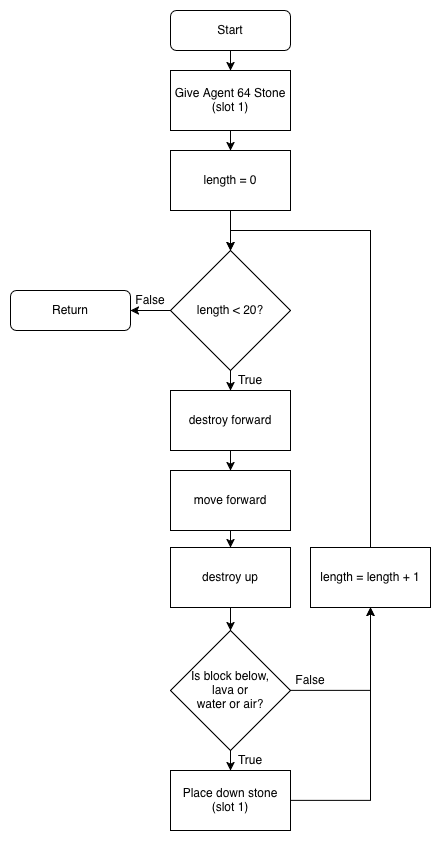
CausewayDigital/Minecraft-EE-MakeCode keeps this draw.io diagram as tutorials/python-islands/island-7/autominer/images/Flowchart.png. Above is the earlier version. Source tidied: cells renumbered, new cells last; positions are measured from the earlier drawing's top-left corner, leaving out a move shared by most shapes. The source it was exported from:
```xml
<mxGraphModel>
  <root>
    <mxCell id="0" />
    <mxCell id="1" parent="0" />
    <mxCell id="2" style="edgeStyle=orthogonalEdgeStyle;rounded=0;jettySize=auto;html=1;entryX=0.5;entryY=0;entryDx=0;entryDy=0;" parent="1" edge="1" source="3" target="5">
      <mxGeometry relative="1" as="geometry" />
    </mxCell>
    <mxCell id="3" value="Start" style="rounded=1;whiteSpace=wrap;html=1;" parent="1" vertex="1">
      <mxGeometry x="160" width="120" height="40" as="geometry" />
    </mxCell>
    <mxCell id="4" style="edgeStyle=orthogonalEdgeStyle;rounded=0;jettySize=auto;html=1;" parent="1" edge="1" source="5" target="7">
      <mxGeometry relative="1" as="geometry" />
    </mxCell>
    <mxCell id="5" value="&lt;div&gt;Give Agent 64 Stone&lt;/div&gt;(slot 1)" style="rounded=0;whiteSpace=wrap;html=1;" parent="1" vertex="1">
      <mxGeometry x="160" y="60" width="120" height="60" as="geometry" />
    </mxCell>
    <mxCell id="6" style="edgeStyle=orthogonalEdgeStyle;rounded=0;jettySize=auto;html=1;exitX=0.5;exitY=1;exitDx=0;exitDy=0;" parent="1" edge="1" source="7" target="10">
      <mxGeometry relative="1" as="geometry" />
    </mxCell>
    <mxCell id="7" value="length = 0" style="rounded=0;whiteSpace=wrap;html=1;" parent="1" vertex="1">
      <mxGeometry x="160" y="140" width="120" height="60" as="geometry" />
    </mxCell>
    <mxCell id="8" style="edgeStyle=orthogonalEdgeStyle;rounded=0;jettySize=auto;html=1;" parent="1" edge="1" source="10" target="12">
      <mxGeometry relative="1" as="geometry" />
    </mxCell>
    <mxCell id="9" style="edgeStyle=orthogonalEdgeStyle;rounded=0;jettySize=auto;html=1;entryX=1;entryY=0.5;entryDx=0;entryDy=0;" parent="1" edge="1" source="10" target="22">
      <mxGeometry relative="1" as="geometry" />
    </mxCell>
    <mxCell id="10" value="length &amp;lt; 20?" style="rhombus;whiteSpace=wrap;html=1;" parent="1" vertex="1">
      <mxGeometry x="160" y="240" width="120" height="120" as="geometry" />
    </mxCell>
    <mxCell id="11" style="edgeStyle=orthogonalEdgeStyle;rounded=0;jettySize=auto;html=1;" parent="1" edge="1" source="12" target="14">
      <mxGeometry relative="1" as="geometry" />
    </mxCell>
    <mxCell id="12" value="destroy forward" style="rounded=0;whiteSpace=wrap;html=1;" parent="1" vertex="1">
      <mxGeometry x="160" y="380" width="120" height="60" as="geometry" />
    </mxCell>
    <mxCell id="13" style="edgeStyle=orthogonalEdgeStyle;rounded=0;jettySize=auto;html=1;" parent="1" edge="1" target="16">
      <mxGeometry relative="1" as="geometry">
        <mxPoint x="220" y="480" as="sourcePoint" />
      </mxGeometry>
    </mxCell>
    <mxCell id="14" value="move forward" style="rounded=0;whiteSpace=wrap;html=1;" parent="1" vertex="1">
      <mxGeometry x="160" y="460" width="120" height="60" as="geometry" />
    </mxCell>
    <mxCell id="15" style="edgeStyle=orthogonalEdgeStyle;rounded=0;jettySize=auto;html=1;" parent="1" edge="1" source="16" target="19">
      <mxGeometry relative="1" as="geometry" />
    </mxCell>
    <mxCell id="16" value="destroy up" style="rounded=0;whiteSpace=wrap;html=1;" parent="1" vertex="1">
      <mxGeometry x="160" y="537" width="120" height="60" as="geometry" />
    </mxCell>
    <mxCell id="17" style="edgeStyle=orthogonalEdgeStyle;rounded=0;jettySize=auto;html=1;" parent="1" edge="1" source="19" target="21">
      <mxGeometry relative="1" as="geometry" />
    </mxCell>
    <mxCell id="18" style="edgeStyle=orthogonalEdgeStyle;rounded=0;jettySize=auto;html=1;exitX=1;exitY=0.5;exitDx=0;exitDy=0;entryX=0.5;entryY=1;entryDx=0;entryDy=0;" parent="1" edge="1" source="19" target="28">
      <mxGeometry relative="1" as="geometry" />
    </mxCell>
    <mxCell id="19" value="Is block below, &lt;br&gt;lava or &lt;br&gt;water or air?" style="rhombus;whiteSpace=wrap;html=1;" parent="1" vertex="1">
      <mxGeometry x="160" y="620" width="120" height="120" as="geometry" />
    </mxCell>
    <mxCell id="20" style="edgeStyle=orthogonalEdgeStyle;rounded=0;jettySize=auto;html=1;" parent="1" edge="1" source="21" target="28">
      <mxGeometry relative="1" as="geometry" />
    </mxCell>
    <mxCell id="21" value="&lt;div&gt;Place down stone&lt;/div&gt;(slot 1)" style="rounded=0;whiteSpace=wrap;html=1;" parent="1" vertex="1">
      <mxGeometry x="160" y="760" width="120" height="60" as="geometry" />
    </mxCell>
    <mxCell id="22" value="Return" style="rounded=1;whiteSpace=wrap;html=1;" parent="1" vertex="1">
      <mxGeometry y="280" width="120" height="40" as="geometry" />
    </mxCell>
    <mxCell id="23" value="True&lt;span style=&quot;color: rgba(0 , 0 , 0 , 0) ; font-family: monospace ; font-size: 0px&quot;&gt;%3CmxGraphModel%3E%3Croot%3E%3CmxCell%20id%3D%220%22%2F%3E%3CmxCell%20id%3D%221%22%20parent%3D%220%22%2F%3E%3CmxCell%20id%3D%222%22%20value%3D%22destroy%20forward%22%20style%3D%22rounded%3D0%3BwhiteSpace%3Dwrap%3Bhtml%3D1%3B%22%20vertex%3D%221%22%20parent%3D%221%22%3E%3CmxGeometry%20x%3D%22240%22%20y%3D%22560%22%20width%3D%22120%22%20height%3D%2260%22%20as%3D%22geometry%22%2F%3E%3C%2FmxCell%3E%3C%2Froot%3E%3C%2FmxGraphModel%3E&lt;/span&gt;" style="text;html=1;strokeColor=none;fillColor=none;align=center;verticalAlign=middle;whiteSpace=wrap;rounded=0;" parent="1" vertex="1">
      <mxGeometry x="220" y="360" width="40" height="20" as="geometry" />
    </mxCell>
    <mxCell id="24" value="True&lt;span style=&quot;color: rgba(0 , 0 , 0 , 0) ; font-family: monospace ; font-size: 0px&quot;&gt;%3CmxGraphModel%3E%3Croot%3E%3CmxCell%20id%3D%220%22%2F%3E%3CmxCell%20id%3D%221%22%20parent%3D%220%22%2F%3E%3CmxCell%20id%3D%222%22%20value%3D%22destroy%20forward%22%20style%3D%22rounded%3D0%3BwhiteSpace%3Dwrap%3Bhtml%3D1%3B%22%20vertex%3D%221%22%20parent%3D%221%22%3E%3CmxGeometry%20x%3D%22240%22%20y%3D%22560%22%20width%3D%22120%22%20height%3D%2260%22%20as%3D%22geometry%22%2F%3E%3C%2FmxCell%3E%3C%2Froot%3E%3C%2FmxGraphModel%3E&lt;/span&gt;" style="text;html=1;strokeColor=none;fillColor=none;align=center;verticalAlign=middle;whiteSpace=wrap;rounded=0;" parent="1" vertex="1">
      <mxGeometry x="220" y="740" width="40" height="20" as="geometry" />
    </mxCell>
    <mxCell id="25" value="False" style="text;html=1;strokeColor=none;fillColor=none;align=center;verticalAlign=middle;whiteSpace=wrap;rounded=0;" parent="1" vertex="1">
      <mxGeometry x="120" y="280" width="40" height="20" as="geometry" />
    </mxCell>
    <mxCell id="26" value="False" style="text;html=1;strokeColor=none;fillColor=none;align=center;verticalAlign=middle;whiteSpace=wrap;rounded=0;" parent="1" vertex="1">
      <mxGeometry x="280" y="660" width="40" height="20" as="geometry" />
    </mxCell>
    <mxCell id="27" style="edgeStyle=orthogonalEdgeStyle;rounded=0;jettySize=auto;html=1;exitX=0.5;exitY=0;exitDx=0;exitDy=0;entryX=0.5;entryY=0;entryDx=0;entryDy=0;" parent="1" edge="1" source="28" target="10">
      <mxGeometry relative="1" as="geometry">
        <Array as="points">
          <mxPoint x="360" y="220" />
          <mxPoint x="220" y="220" />
        </Array>
      </mxGeometry>
    </mxCell>
    <mxCell id="28" value="length = length + 1" style="rounded=0;whiteSpace=wrap;html=1;" parent="1" vertex="1">
      <mxGeometry x="300" y="537" width="120" height="60" as="geometry" />
    </mxCell>
  </root>
</mxGraphModel>
```
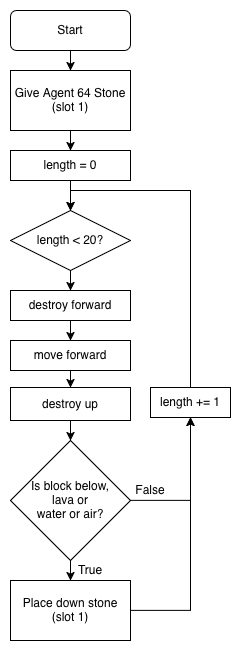
Later version of the same file.

What changed in the source:
```diff
@@ -18,77 +18,65 @@
       <mxGeometry relative="1" as="geometry" />
     </mxCell>
     <mxCell id="7" value="length = 0" style="rounded=0;whiteSpace=wrap;html=1;" parent="1" vertex="1">
-      <mxGeometry x="160" y="140" width="120" height="60" as="geometry" />
+      <mxGeometry x="160" y="140" width="120" height="30" as="geometry" />
     </mxCell>
-    <mxCell id="8" style="edgeStyle=orthogonalEdgeStyle;rounded=0;jettySize=auto;html=1;" parent="1" edge="1" source="10" target="12">
+    <mxCell id="8" style="edgeStyle=orthogonalEdgeStyle;rounded=0;jettySize=auto;html=1;entryX=0.5;entryY=0;entryDx=0;entryDy=0;" parent="1" edge="1" source="10" target="12">
       <mxGeometry relative="1" as="geometry" />
     </mxCell>
-    <mxCell id="9" style="edgeStyle=orthogonalEdgeStyle;rounded=0;jettySize=auto;html=1;entryX=1;entryY=0.5;entryDx=0;entryDy=0;" parent="1" edge="1" source="10" target="22">
-      <mxGeometry relative="1" as="geometry" />
-    </mxCell>
     <mxCell id="10" value="length &amp;lt; 20?" style="rhombus;whiteSpace=wrap;html=1;" parent="1" vertex="1">
-      <mxGeometry x="160" y="240" width="120" height="120" as="geometry" />
+      <mxGeometry x="160" y="200" width="120" height="60" as="geometry" />
     </mxCell>
     <mxCell id="11" style="edgeStyle=orthogonalEdgeStyle;rounded=0;jettySize=auto;html=1;" parent="1" edge="1" source="12" target="14">
       <mxGeometry relative="1" as="geometry" />
     </mxCell>
     <mxCell id="12" value="destroy forward" style="rounded=0;whiteSpace=wrap;html=1;" parent="1" vertex="1">
-      <mxGeometry x="160" y="380" width="120" height="60" as="geometry" />
+      <mxGeometry x="160" y="280" width="120" height="30" as="geometry" />
     </mxCell>
-    <mxCell id="13" style="edgeStyle=orthogonalEdgeStyle;rounded=0;jettySize=auto;html=1;" parent="1" edge="1" target="16">
-      <mxGeometry relative="1" as="geometry">
-        <mxPoint x="220" y="480" as="sourcePoint" />
-      </mxGeometry>
-    </mxCell>
+    <mxCell id="29" style="edgeStyle=orthogonalEdgeStyle;rounded=0;jettySize=auto;html=1;entryX=0.5;entryY=0;entryDx=0;entryDy=0;" parent="1" edge="1" source="14" target="16">
+      <mxGeometry relative="1" as="geometry" />
+    </mxCell>
     <mxCell id="14" value="move forward" style="rounded=0;whiteSpace=wrap;html=1;" parent="1" vertex="1">
-      <mxGeometry x="160" y="460" width="120" height="60" as="geometry" />
+      <mxGeometry x="160" y="330" width="120" height="30" as="geometry" />
     </mxCell>
     <mxCell id="15" style="edgeStyle=orthogonalEdgeStyle;rounded=0;jettySize=auto;html=1;" parent="1" edge="1" source="16" target="19">
       <mxGeometry relative="1" as="geometry" />
     </mxCell>
     <mxCell id="16" value="destroy up" style="rounded=0;whiteSpace=wrap;html=1;" parent="1" vertex="1">
-      <mxGeometry x="160" y="537" width="120" height="60" as="geometry" />
+      <mxGeometry x="160" y="377" width="120" height="33" as="geometry" />
     </mxCell>
-    <mxCell id="17" style="edgeStyle=orthogonalEdgeStyle;rounded=0;jettySize=auto;html=1;" parent="1" edge="1" source="19" target="21">
-      <mxGeometry relative="1" as="geometry" />
+    <mxCell id="17" style="edgeStyle=orthogonalEdgeStyle;rounded=0;jettySize=auto;html=1;" parent="1" edge="1" source="19">
+      <mxGeometry relative="1" as="geometry">
+        <mxPoint x="220" y="570" as="targetPoint" />
+      </mxGeometry>
     </mxCell>
     <mxCell id="18" style="edgeStyle=orthogonalEdgeStyle;rounded=0;jettySize=auto;html=1;exitX=1;exitY=0.5;exitDx=0;exitDy=0;entryX=0.5;entryY=1;entryDx=0;entryDy=0;" parent="1" edge="1" source="19" target="28">
       <mxGeometry relative="1" as="geometry" />
     </mxCell>
     <mxCell id="19" value="Is block below, &lt;br&gt;lava or &lt;br&gt;water or air?" style="rhombus;whiteSpace=wrap;html=1;" parent="1" vertex="1">
-      <mxGeometry x="160" y="620" width="120" height="120" as="geometry" />
+      <mxGeometry x="160" y="430" width="120" height="120" as="geometry" />
     </mxCell>
     <mxCell id="20" style="edgeStyle=orthogonalEdgeStyle;rounded=0;jettySize=auto;html=1;" parent="1" edge="1" source="21" target="28">
       <mxGeometry relative="1" as="geometry" />
     </mxCell>
     <mxCell id="21" value="&lt;div&gt;Place down stone&lt;/div&gt;(slot 1)" style="rounded=0;whiteSpace=wrap;html=1;" parent="1" vertex="1">
-      <mxGeometry x="160" y="760" width="120" height="60" as="geometry" />
+      <mxGeometry x="160" y="570" width="120" height="60" as="geometry" />
     </mxCell>
-    <mxCell id="22" value="Return" style="rounded=1;whiteSpace=wrap;html=1;" parent="1" vertex="1">
-      <mxGeometry y="280" width="120" height="40" as="geometry" />
-    </mxCell>
-    <mxCell id="23" value="True&lt;span style=&quot;color: rgba(0 , 0 , 0 , 0) ; font-family: monospace ; font-size: 0px&quot;&gt;%3CmxGraphModel%3E%3Croot%3E%3CmxCell%20id%3D%220%22%2F%3E%3CmxCell%20id%3D%221%22%20parent%3D%220%22%2F%3E%3CmxCell%20id%3D%222%22%20value%3D%22destroy%20forward%22%20style%3D%22rounded%3D0%3BwhiteSpace%3Dwrap%3Bhtml%3D1%3B%22%20vertex%3D%221%22%20parent%3D%221%22%3E%3CmxGeometry%20x%3D%22240%22%20y%3D%22560%22%20width%3D%22120%22%20height%3D%2260%22%20as%3D%22geometry%22%2F%3E%3C%2FmxCell%3E%3C%2Froot%3E%3C%2FmxGraphModel%3E&lt;/span&gt;" style="text;html=1;strokeColor=none;fillColor=none;align=center;verticalAlign=middle;whiteSpace=wrap;rounded=0;" parent="1" vertex="1">
-      <mxGeometry x="220" y="360" width="40" height="20" as="geometry" />
-    </mxCell>
     <mxCell id="24" value="True&lt;span style=&quot;color: rgba(0 , 0 , 0 , 0) ; font-family: monospace ; font-size: 0px&quot;&gt;%3CmxGraphModel%3E%3Croot%3E%3CmxCell%20id%3D%220%22%2F%3E%3CmxCell%20id%3D%221%22%20parent%3D%220%22%2F%3E%3CmxCell%20id%3D%222%22%20value%3D%22destroy%20forward%22%20style%3D%22rounded%3D0%3BwhiteSpace%3Dwrap%3Bhtml%3D1%3B%22%20vertex%3D%221%22%20parent%3D%221%22%3E%3CmxGeometry%20x%3D%22240%22%20y%3D%22560%22%20width%3D%22120%22%20height%3D%2260%22%20as%3D%22geometry%22%2F%3E%3C%2FmxCell%3E%3C%2Froot%3E%3C%2FmxGraphModel%3E&lt;/span&gt;" style="text;html=1;strokeColor=none;fillColor=none;align=center;verticalAlign=middle;whiteSpace=wrap;rounded=0;" parent="1" vertex="1">
-      <mxGeometry x="220" y="740" width="40" height="20" as="geometry" />
+      <mxGeometry x="220" y="550" width="40" height="20" as="geometry" />
     </mxCell>
-    <mxCell id="25" value="False" style="text;html=1;strokeColor=none;fillColor=none;align=center;verticalAlign=middle;whiteSpace=wrap;rounded=0;" parent="1" vertex="1">
-      <mxGeometry x="120" y="280" width="40" height="20" as="geometry" />
-    </mxCell>
     <mxCell id="26" value="False" style="text;html=1;strokeColor=none;fillColor=none;align=center;verticalAlign=middle;whiteSpace=wrap;rounded=0;" parent="1" vertex="1">
-      <mxGeometry x="280" y="660" width="40" height="20" as="geometry" />
+      <mxGeometry x="280" y="470" width="40" height="20" as="geometry" />
     </mxCell>
-    <mxCell id="27" style="edgeStyle=orthogonalEdgeStyle;rounded=0;jettySize=auto;html=1;exitX=0.5;exitY=0;exitDx=0;exitDy=0;entryX=0.5;entryY=0;entryDx=0;entryDy=0;" parent="1" edge="1" source="28" target="10">
+    <mxCell id="27" style="edgeStyle=orthogonalEdgeStyle;rounded=0;jettySize=auto;html=1;entryX=0.5;entryY=0;entryDx=0;entryDy=0;" parent="1" edge="1" source="28" target="10">
       <mxGeometry relative="1" as="geometry">
         <Array as="points">
-          <mxPoint x="360" y="220" />
-          <mxPoint x="220" y="220" />
+          <mxPoint x="340" y="180" />
+          <mxPoint x="220" y="180" />
         </Array>
       </mxGeometry>
     </mxCell>
-    <mxCell id="28" value="length = length + 1" style="rounded=0;whiteSpace=wrap;html=1;" parent="1" vertex="1">
-      <mxGeometry x="300" y="537" width="120" height="60" as="geometry" />
+    <mxCell id="28" value="length += 1" style="rounded=0;whiteSpace=wrap;html=1;" parent="1" vertex="1">
+      <mxGeometry x="300" y="377" width="80" height="30" as="geometry" />
     </mxCell>
   </root>
 </mxGraphModel>
```
